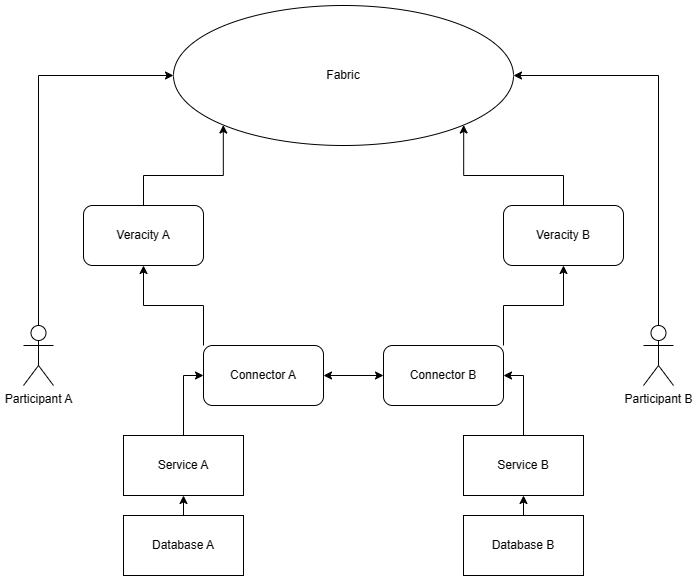
This is docs/figures/components.png from botondklenk/data-veracity, a draw.io export, as it was before one commit. Source tidied: cells renumbered, new cells last; positions are measured from the earlier drawing's top-left corner, leaving out a move shared by most shapes.
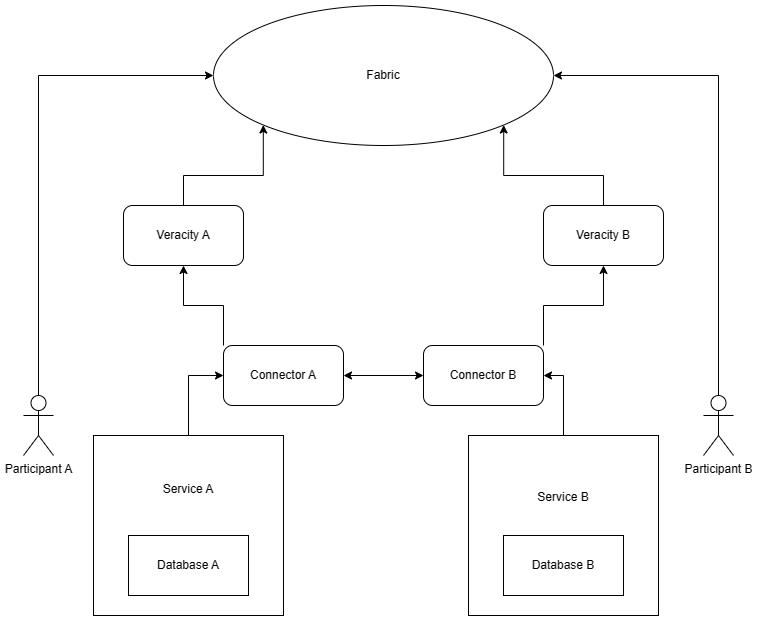
After the commit.

Commit message:
components diagram fix

The edit, as a diff of the source:
```diff
@@ -2,24 +2,24 @@
   <root>
     <mxCell id="0" />
     <mxCell id="1" parent="0" />
-    <mxCell id="2" style="edgeStyle=orthogonalEdgeStyle;rounded=0;jettySize=auto;html=1;exitX=0.5;exitY=0;exitDx=0;exitDy=0;entryX=0.5;entryY=1;entryDx=0;entryDy=0;" parent="1" edge="1" source="3" target="7">
-      <mxGeometry relative="1" as="geometry" />
-    </mxCell>
+    <mxCell id="16" value="Service B&lt;div&gt;&lt;br&gt;&lt;/div&gt;&lt;div&gt;&lt;br&gt;&lt;/div&gt;&lt;div&gt;&lt;br&gt;&lt;/div&gt;&lt;div&gt;&lt;br&gt;&lt;/div&gt;" style="rounded=0;whiteSpace=wrap;html=1;" parent="1" vertex="1">
+      <mxGeometry x="405" y="430" width="190" height="180" as="geometry" />
+    </mxCell>
+    <mxCell id="7" value="&lt;div&gt;&lt;span style=&quot;background-color: initial;&quot;&gt;Service A&lt;/span&gt;&lt;br&gt;&lt;/div&gt;&lt;div&gt;&lt;span style=&quot;background-color: initial;&quot;&gt;&lt;br&gt;&lt;/span&gt;&lt;/div&gt;&lt;div&gt;&lt;span style=&quot;background-color: initial;&quot;&gt;&lt;br&gt;&lt;/span&gt;&lt;/div&gt;&lt;div&gt;&lt;span style=&quot;background-color: initial;&quot;&gt;&lt;br&gt;&lt;/span&gt;&lt;/div&gt;&lt;div&gt;&lt;span style=&quot;background-color: initial;&quot;&gt;&lt;br&gt;&lt;/span&gt;&lt;/div&gt;&lt;div&gt;&lt;span style=&quot;background-color: initial;&quot;&gt;&lt;br&gt;&lt;/span&gt;&lt;/div&gt;" style="rounded=0;whiteSpace=wrap;html=1;" parent="1" vertex="1">
+      <mxGeometry x="30" y="430" width="190" height="180" as="geometry" />
+    </mxCell>
     <mxCell id="3" value="Database A" style="rounded=0;whiteSpace=wrap;html=1;" parent="1" vertex="1">
-      <mxGeometry x="100" y="510" width="120" height="60" as="geometry" />
+      <mxGeometry x="65" y="530" width="120" height="60" as="geometry" />
     </mxCell>
     <mxCell id="4" style="edgeStyle=orthogonalEdgeStyle;rounded=0;jettySize=auto;html=1;exitX=0.5;exitY=0;exitDx=0;exitDy=0;exitPerimeter=0;entryX=0;entryY=0.5;entryDx=0;entryDy=0;" parent="1" edge="1" source="5" target="23">
       <mxGeometry relative="1" as="geometry" />
     </mxCell>
     <mxCell id="5" value="Participant A" style="shape=umlActor;verticalLabelPosition=bottom;verticalAlign=top;html=1;outlineConnect=0;" parent="1" vertex="1">
-      <mxGeometry y="320" width="30" height="60" as="geometry" />
+      <mxGeometry x="-40" y="390" width="30" height="60" as="geometry" />
     </mxCell>
     <mxCell id="6" style="edgeStyle=orthogonalEdgeStyle;rounded=0;jettySize=auto;html=1;exitX=0.5;exitY=0;exitDx=0;exitDy=0;entryX=0;entryY=0.5;entryDx=0;entryDy=0;" parent="1" edge="1" source="7" target="10">
       <mxGeometry relative="1" as="geometry" />
     </mxCell>
-    <mxCell id="7" value="Service A" style="rounded=0;whiteSpace=wrap;html=1;" parent="1" vertex="1">
-      <mxGeometry x="100" y="430" width="120" height="60" as="geometry" />
-    </mxCell>
     <mxCell id="8" style="edgeStyle=orthogonalEdgeStyle;rounded=0;jettySize=auto;html=1;exitX=1;exitY=0.5;exitDx=0;exitDy=0;entryX=0;entryY=0.5;entryDx=0;entryDy=0;startArrow=classic;startFill=1;" parent="1" edge="1" source="10" target="18">
       <mxGeometry relative="1" as="geometry" />
     </mxCell>
@@ -27,26 +27,20 @@
       <mxGeometry relative="1" as="geometry" />
     </mxCell>
     <mxCell id="10" value="Connector A" style="rounded=1;whiteSpace=wrap;html=1;" parent="1" vertex="1">
-      <mxGeometry x="180" y="340" width="120" height="60" as="geometry" />
+      <mxGeometry x="160" y="340" width="120" height="60" as="geometry" />
     </mxCell>
-    <mxCell id="11" style="edgeStyle=orthogonalEdgeStyle;rounded=0;jettySize=auto;html=1;exitX=0.5;exitY=0;exitDx=0;exitDy=0;entryX=0.5;entryY=1;entryDx=0;entryDy=0;" parent="1" edge="1" source="12" target="16">
-      <mxGeometry relative="1" as="geometry" />
-    </mxCell>
     <mxCell id="12" value="Database B" style="rounded=0;whiteSpace=wrap;html=1;" parent="1" vertex="1">
-      <mxGeometry x="440" y="510" width="120" height="60" as="geometry" />
+      <mxGeometry x="440" y="530" width="120" height="60" as="geometry" />
     </mxCell>
     <mxCell id="13" style="edgeStyle=orthogonalEdgeStyle;rounded=0;jettySize=auto;html=1;exitX=0.5;exitY=0;exitDx=0;exitDy=0;exitPerimeter=0;entryX=1;entryY=0.5;entryDx=0;entryDy=0;" parent="1" edge="1" source="14" target="23">
       <mxGeometry relative="1" as="geometry" />
     </mxCell>
     <mxCell id="14" value="Participant B" style="shape=umlActor;verticalLabelPosition=bottom;verticalAlign=top;html=1;outlineConnect=0;" parent="1" vertex="1">
-      <mxGeometry x="620" y="320" width="30" height="60" as="geometry" />
+      <mxGeometry x="640" y="390" width="30" height="60" as="geometry" />
     </mxCell>
     <mxCell id="15" style="edgeStyle=orthogonalEdgeStyle;rounded=0;jettySize=auto;html=1;exitX=0.5;exitY=0;exitDx=0;exitDy=0;entryX=1;entryY=0.5;entryDx=0;entryDy=0;" parent="1" edge="1" source="16" target="18">
       <mxGeometry relative="1" as="geometry" />
     </mxCell>
-    <mxCell id="16" value="Service B" style="rounded=0;whiteSpace=wrap;html=1;" parent="1" vertex="1">
-      <mxGeometry x="440" y="430" width="120" height="60" as="geometry" />
-    </mxCell>
     <mxCell id="17" style="edgeStyle=orthogonalEdgeStyle;rounded=0;jettySize=auto;html=1;exitX=1;exitY=0;exitDx=0;exitDy=0;entryX=0.5;entryY=1;entryDx=0;entryDy=0;" parent="1" edge="1" source="18" target="22">
       <mxGeometry relative="1" as="geometry" />
     </mxCell>
```
